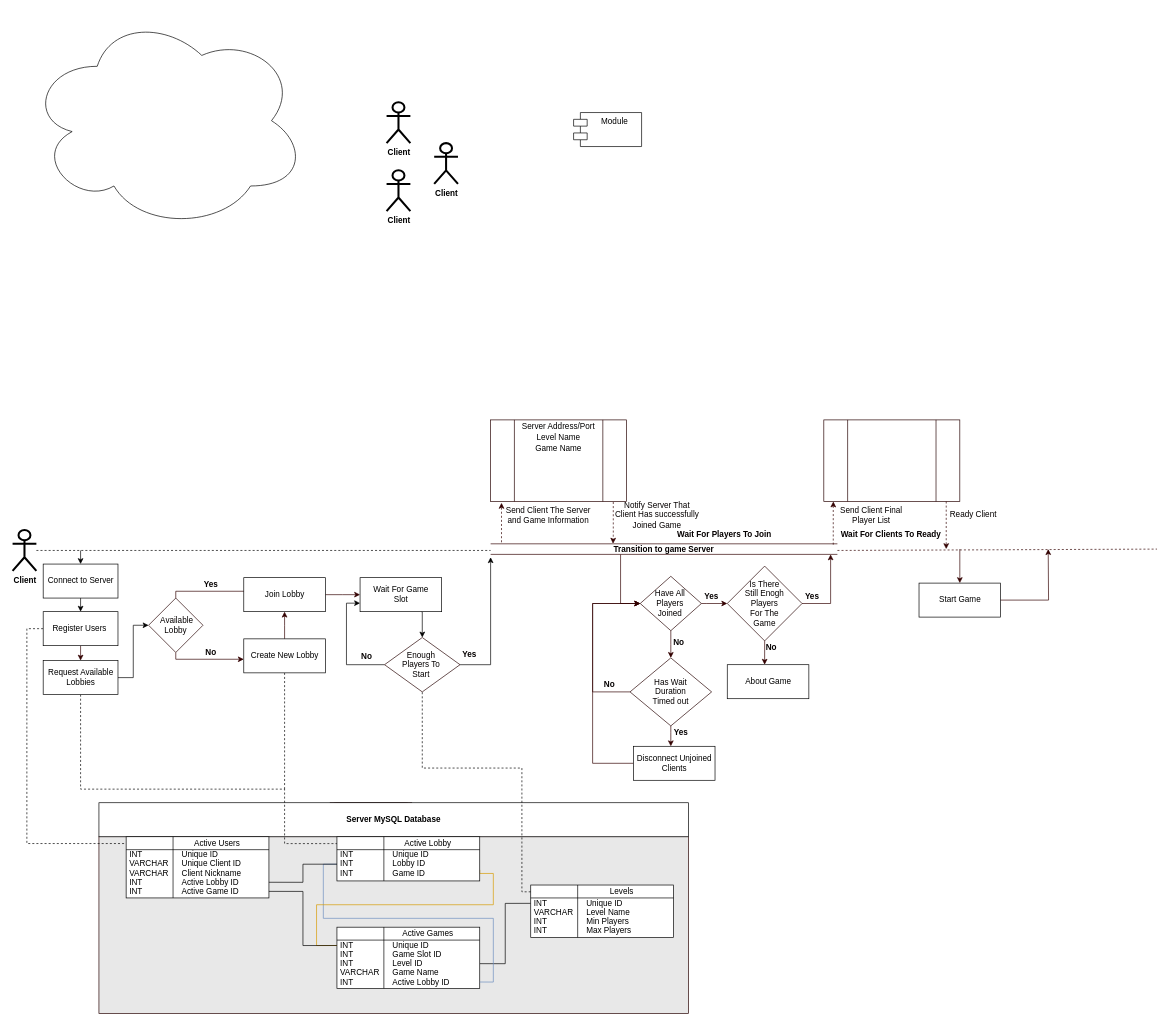
Earlier version of the draw.io diagram Server 2.drawio (Ashley-Sands/Comp-260). Source tidied: cells renumbered, new cells numbered last; positions are measured from the earlier drawing's top-left corner, leaving out a move shared by most shapes. Both pictures are drawn from the tidied source at 68%, with x=0, y=0 at pixel (12, 12).
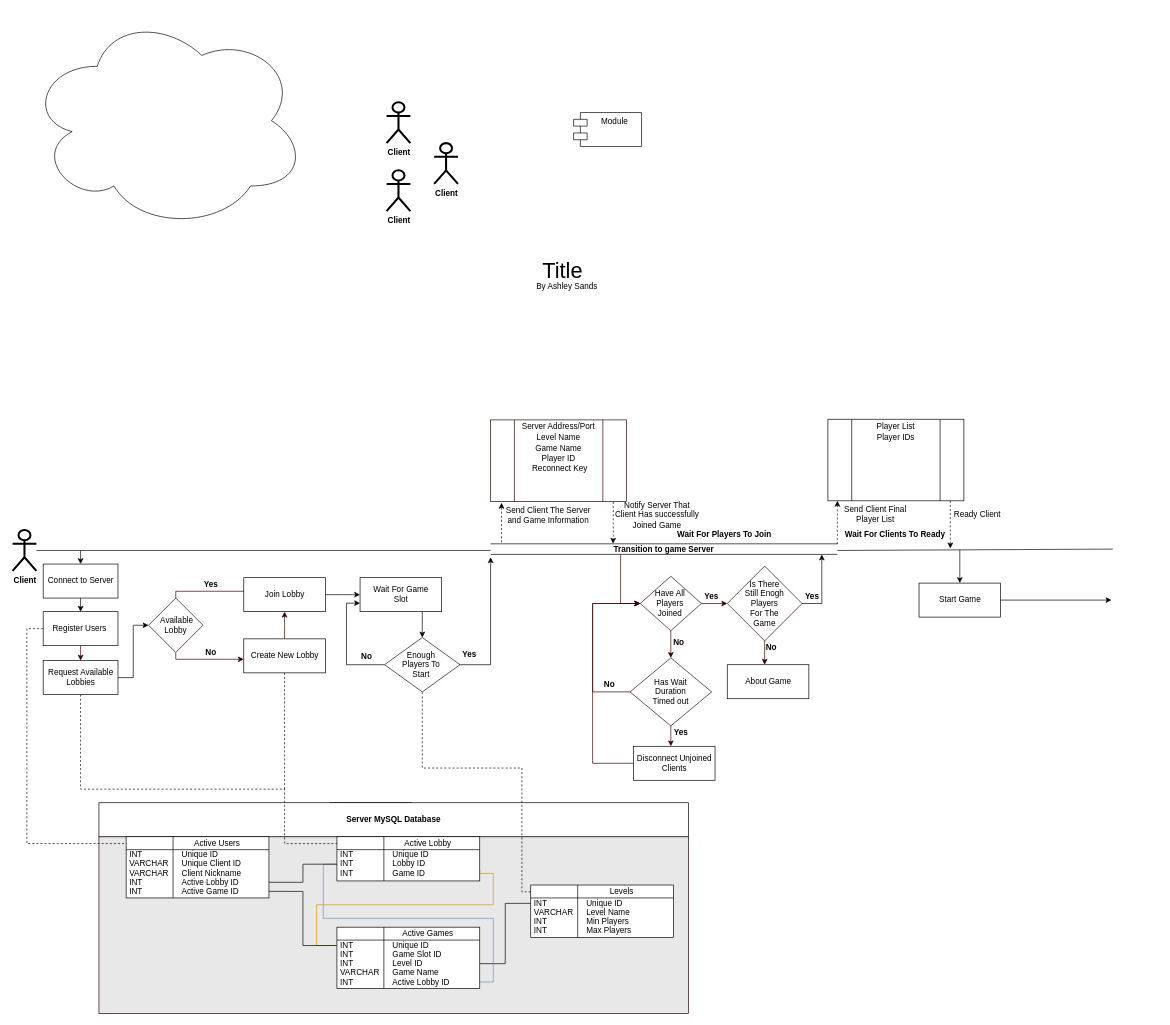
The same diagram, later.

Unchanged cells that the change refers to:
```xml
<mxCell id="12" value="Join Lobby" style="html=1;strokeWidth=1;align=center;" parent="1" vertex="1">
  <mxGeometry x="340" y="832" width="120" height="50" as="geometry" />
</mxCell>
<mxCell id="15" value="Wait For Game&lt;br&gt;Slot" style="html=1;strokeWidth=1;align=center;" parent="1" vertex="1">
  <mxGeometry x="511" y="832" width="120" height="50" as="geometry" />
</mxCell>
<mxCell id="19" style="shape=process;whiteSpace=wrap;html=1;backgroundOutline=1;rounded=0;glass=0;strokeColor=#260000;fillColor=#ffffff;fontColor=#050000;align=left;size=0.17543859649122948;" parent="1" vertex="1">
  <mxGeometry x="703" y="600" width="200" height="120" as="geometry" />
</mxCell>
<mxCell id="43" value="&lt;b&gt;Yes&lt;/b&gt;" style="text;html=1;strokeColor=none;fillColor=none;align=center;verticalAlign=middle;whiteSpace=wrap;rounded=0;glass=0;fontColor=#050000;" parent="40" vertex="1">
  <mxGeometry x="80" y="50" width="30" height="20" as="geometry" />
</mxCell>
<mxCell id="54" value="Start Game" style="html=1;strokeWidth=1;align=center;" parent="1" vertex="1">
  <mxGeometry x="1333" y="840" width="120" height="50" as="geometry" />
</mxCell>
<mxCell id="73" value="&lt;span&gt;&lt;b&gt;Client&lt;/b&gt;&lt;/span&gt;" style="shape=umlActor;verticalLabelPosition=bottom;labelBackgroundColor=#ffffff;verticalAlign=top;html=1;outlineConnect=0;strokeWidth=3;align=center;fontStyle=0;" parent="66" vertex="1">
  <mxGeometry y="762" width="35" height="60" as="geometry" />
</mxCell>
```

The edit, as a diff of the source:
```diff
@@
-    <mxCell id="11" style="edgeStyle=elbowEdgeStyle;rounded=0;jettySize=auto;elbow=vertical;html=1;exitX=1;exitY=0.5;exitDx=0;exitDy=0;startArrow=none;startFill=0;endArrow=classic;endFill=1;strokeColor=#330000;fontColor=#050000;" parent="1" edge="1" source="12" target="15">
+    <mxCell id="11" style="edgeStyle=elbowEdgeStyle;rounded=0;jettySize=auto;elbow=vertical;html=1;exitX=1;exitY=0.5;exitDx=0;exitDy=0;startArrow=none;startFill=0;endArrow=classic;endFill=1;strokeColor=#000000;fontColor=#050000;" parent="1" edge="1" source="12" target="15">
       <mxGeometry relative="1" as="geometry" />
     </mxCell>
@@
-    <mxCell id="17" style="shape=link;html=1;startArrow=none;startFill=0;endArrow=classic;endFill=1;strokeColor=#330000;fontColor=#050000;width=15.517241379310345;" parent="1" edge="1">
+    <mxCell id="17" style="shape=link;html=1;startArrow=none;startFill=0;endArrow=classic;endFill=1;strokeColor=#000000;fontColor=#050000;width=15.517241379310345;" parent="1" edge="1">
       <mxGeometry relative="1" as="geometry">
         <mxPoint x="703" y="790" as="sourcePoint" />
         <mxPoint x="1213" y="790" as="targetPoint" />
       </mxGeometry>
     </mxCell>
-    <mxCell id="18" style="edgeStyle=elbowEdgeStyle;rounded=0;orthogonalLoop=1;jettySize=auto;elbow=vertical;html=1;startArrow=none;startFill=0;endArrow=classic;endFill=1;strokeColor=#330000;fontColor=#050000;dashed=1;" parent="1" edge="1">
+    <mxCell id="18" style="edgeStyle=elbowEdgeStyle;rounded=0;orthogonalLoop=1;jettySize=auto;elbow=vertical;html=1;startArrow=none;startFill=0;endArrow=classic;endFill=1;strokeColor=#000000;fontColor=#050000;dashed=1;" parent="1" edge="1">
       <mxGeometry relative="1" as="geometry">
         <mxPoint x="719" y="780" as="sourcePoint" />
         <mxPoint x="719" y="722" as="targetPoint" />
       </mxGeometry>
     </mxCell>
@@
-    <mxCell id="20" style="edgeStyle=elbowEdgeStyle;rounded=0;jettySize=auto;elbow=vertical;html=1;startArrow=none;startFill=0;endArrow=classic;endFill=1;strokeColor=#330000;fontColor=#050000;dashed=1;exitX=0.902;exitY=1.006;exitDx=0;exitDy=0;exitPerimeter=0;" parent="1" edge="1" source="19" target="154">
+    <mxCell id="20" style="edgeStyle=elbowEdgeStyle;rounded=0;jettySize=auto;elbow=vertical;html=1;startArrow=none;startFill=0;endArrow=classic;endFill=1;strokeColor=#000000;fontColor=#050000;dashed=1;exitX=0.902;exitY=1.006;exitDx=0;exitDy=0;exitPerimeter=0;" parent="1" edge="1" source="19" target="154">
       <mxGeometry relative="1" as="geometry">
         <Array as="points">
           <mxPoint x="883" y="770" />
           <mxPoint x="903" y="750" />
           <mxPoint x="898" y="742" />
           <mxPoint x="898" y="755" />
         </Array>
       </mxGeometry>
     </mxCell>
@@
-    <mxCell id="47" style="shape=process;whiteSpace=wrap;html=1;backgroundOutline=1;rounded=0;glass=0;strokeColor=#260000;fillColor=#ffffff;fontColor=#050000;align=left;size=0.17543859649122948;" parent="1" vertex="1">
-      <mxGeometry x="1193" y="600" width="200" height="120" as="geometry" />
+    <mxCell id="47" style="shape=process;whiteSpace=wrap;html=1;backgroundOutline=1;rounded=0;glass=0;strokeColor=#050000;fillColor=#ffffff;fontColor=#050000;align=left;size=0.17543859649122948;" parent="1" vertex="1">
+      <mxGeometry x="1199" y="599" width="200" height="120" as="geometry" />
     </mxCell>
     <mxCell id="48" value="Ready Client" style="text;html=1;strokeColor=none;fillColor=none;align=center;verticalAlign=middle;whiteSpace=wrap;rounded=0;glass=0;fontColor=#050000;" parent="1" vertex="1">
-      <mxGeometry x="1373" y="720" width="80" height="39" as="geometry" />
+      <mxGeometry x="1379" y="719" width="80" height="39" as="geometry" />
     </mxCell>
-    <mxCell id="49" style="edgeStyle=elbowEdgeStyle;rounded=0;jettySize=auto;elbow=vertical;html=1;startArrow=none;startFill=0;endArrow=classic;endFill=1;strokeColor=#330000;fontColor=#050000;dashed=1;exitX=0;exitY=0;exitDx=0;exitDy=0;" parent="1" edge="1" source="48">
+    <mxCell id="49" style="edgeStyle=elbowEdgeStyle;rounded=0;jettySize=auto;elbow=vertical;html=1;startArrow=none;startFill=0;endArrow=classic;endFill=1;strokeColor=#000000;fontColor=#050000;dashed=1;exitX=0;exitY=0;exitDx=0;exitDy=0;" parent="1" edge="1" source="48">
       <mxGeometry relative="1" as="geometry">
-        <mxPoint x="1373" y="790" as="targetPoint" />
+        <mxPoint x="1379" y="789" as="targetPoint" />
         <Array as="points">
-          <mxPoint x="1373" y="762" />
-          <mxPoint x="1388" y="744" />
-          <mxPoint x="1388" y="757" />
+          <mxPoint x="1379" y="761" />
+          <mxPoint x="1394" y="743" />
+          <mxPoint x="1394" y="756" />
         </Array>
       </mxGeometry>
     </mxCell>
     <mxCell id="50" value="Send Client Final Player List" style="text;html=1;strokeColor=none;fillColor=none;align=center;verticalAlign=middle;whiteSpace=wrap;rounded=0;glass=0;fontColor=#050000;" parent="1" vertex="1">
-      <mxGeometry x="1213" y="720" width="100" height="39" as="geometry" />
+      <mxGeometry x="1219" y="719" width="100" height="39" as="geometry" />
     </mxCell>
-    <mxCell id="51" style="edgeStyle=elbowEdgeStyle;rounded=0;jettySize=auto;elbow=vertical;html=1;startArrow=none;startFill=0;endArrow=classic;endFill=1;strokeColor=#330000;fontColor=#050000;dashed=1;exitX=0.988;exitY=0.073;exitDx=0;exitDy=0;exitPerimeter=0;" parent="1" edge="1" source="154">
+    <mxCell id="51" style="edgeStyle=elbowEdgeStyle;rounded=0;orthogonalLoop=1;jettySize=auto;elbow=vertical;html=1;startArrow=none;startFill=0;endArrow=classic;endFill=1;strokeColor=#050000;fontColor=#050000;dashed=1;exitX=0.988;exitY=0.073;exitDx=0;exitDy=0;exitPerimeter=0;" parent="1" edge="1">
       <mxGeometry relative="1" as="geometry">
-        <mxPoint x="1207" y="720" as="targetPoint" />
+        <mxPoint x="1212.9" y="782.5" as="sourcePoint" />
+        <mxPoint x="1213" y="719" as="targetPoint" />
         <Array as="points">
-          <mxPoint x="1207" y="730" />
+          <mxPoint x="1213" y="729" />
         </Array>
       </mxGeometry>
     </mxCell>
     <mxCell id="52" value="Wait For Clients To Ready" style="text;html=1;strokeColor=none;fillColor=none;align=center;verticalAlign=top;whiteSpace=wrap;rounded=0;glass=0;fontColor=#050000;spacing=-3;fontStyle=1;" parent="1" vertex="1">
-      <mxGeometry x="1207" y="760" width="170" height="20" as="geometry" />
+      <mxGeometry x="1213" y="759" width="170" height="20" as="geometry" />
     </mxCell>
-    <mxCell id="53" style="edgeStyle=elbowEdgeStyle;rounded=0;jettySize=auto;elbow=vertical;html=1;startArrow=none;startFill=0;endArrow=classic;endFill=1;strokeColor=#330000;fontColor=#050000;horizontal=1;entryX=0;entryY=0.338;entryDx=0;entryDy=0;entryPerimeter=0;exitX=0;exitY=1;exitDx=0;exitDy=0;" parent="1" edge="1" source="43">
+    <mxCell id="53" style="edgeStyle=elbowEdgeStyle;rounded=0;jettySize=auto;elbow=vertical;html=1;startArrow=none;startFill=0;endArrow=classic;endFill=1;strokeColor=#030000;fontColor=#050000;horizontal=1;entryX=0.955;entryY=0.8;entryDx=0;entryDy=0;entryPerimeter=0;exitX=0;exitY=1;exitDx=0;exitDy=0;" parent="1" edge="1" source="43" target="154">
       <mxGeometry relative="1" as="geometry">
-        <mxPoint x="1203" y="797.8" as="targetPoint" />
         <Array as="points">
           <mxPoint x="1176" y="870" />
         </Array>
       </mxGeometry>
     </mxCell>
@@
+    <mxCell id="160" value="Player ID" style="text;html=1;strokeColor=none;fillColor=none;align=center;verticalAlign=middle;whiteSpace=wrap;rounded=0;" parent="1" vertex="1">
+      <mxGeometry x="739" y="647" width="128" height="20" as="geometry" />
+    </mxCell>
+    <mxCell id="161" value="Player List" style="text;html=1;strokeColor=none;fillColor=none;align=center;verticalAlign=middle;whiteSpace=wrap;rounded=0;" parent="1" vertex="1">
+      <mxGeometry x="1235" y="600" width="128" height="20" as="geometry" />
+    </mxCell>
+    <mxCell id="162" value="Player IDs" style="text;html=1;strokeColor=none;fillColor=none;align=center;verticalAlign=middle;whiteSpace=wrap;rounded=0;" parent="1" vertex="1">
+      <mxGeometry x="1235" y="616" width="128" height="20" as="geometry" />
+    </mxCell>
+    <mxCell id="163" value="Reconnect Key" style="text;html=1;strokeColor=none;fillColor=none;align=center;verticalAlign=middle;whiteSpace=wrap;rounded=0;" parent="1" vertex="1">
+      <mxGeometry x="741" y="662" width="128" height="20" as="geometry" />
+    </mxCell>
@@
-    <mxCell id="72" style="edgeStyle=orthogonalEdgeStyle;rounded=0;jettySize=auto;html=1;endArrow=none;endFill=0;dashed=1;entryX=0;entryY=0.5;entryDx=0;entryDy=0;" parent="66" edge="1" source="73" target="154">
+    <mxCell id="72" style="edgeStyle=orthogonalEdgeStyle;rounded=0;jettySize=auto;html=1;endArrow=none;endFill=0;entryX=0;entryY=0.5;entryDx=0;entryDy=0;" parent="66" edge="1" source="73" target="154">
       <mxGeometry relative="1" as="geometry" />
     </mxCell>
@@
+    <mxCell id="164" value="&lt;font style=&quot;font-size: 32px&quot;&gt;Title&lt;/font&gt;" style="text;html=1;strokeColor=none;fillColor=none;align=center;verticalAlign=middle;whiteSpace=wrap;rounded=0;" parent="66" vertex="1">
+      <mxGeometry x="699" y="352" width="220" height="58" as="geometry" />
+    </mxCell>
+    <mxCell id="165" value="By Ashley Sands" style="text;html=1;strokeColor=none;fillColor=none;align=center;verticalAlign=middle;whiteSpace=wrap;rounded=0;" parent="66" vertex="1">
+      <mxGeometry x="740" y="394" width="151" height="20" as="geometry" />
+    </mxCell>
@@
-    <mxCell id="154" value="Transition to game Server" style="text;html=1;strokeColor=none;fillColor=none;align=center;verticalAlign=top;whiteSpace=wrap;rounded=0;glass=0;fontColor=#050000;spacing=-3;fontStyle=1;" parent="152" vertex="1">
+    <mxCell id="154" value="Transition to game Server" style="text;html=1;align=center;verticalAlign=top;whiteSpace=wrap;rounded=0;glass=0;spacing=-3;fontStyle=1;" parent="152" vertex="1">
       <mxGeometry x="703" y="782" width="510" height="20" as="geometry" />
     </mxCell>
@@
-    <mxCell id="156" style="endArrow=none;dashed=1;html=1;strokeColor=#330000;fontColor=#050000;exitX=1;exitY=0.5;exitDx=0;exitDy=0;" parent="155" edge="1" source="154">
+    <mxCell id="156" style="endArrow=none;html=1;strokeColor=#050000;fontColor=#050000;exitX=1;exitY=0.5;exitDx=0;exitDy=0;" parent="155" edge="1" source="154">
       <mxGeometry relative="1" as="geometry">
-        <mxPoint x="1683" y="790" as="targetPoint" />
+        <mxPoint x="1618" y="790" as="targetPoint" />
       </mxGeometry>
     </mxCell>
-    <mxCell id="157" style="endArrow=classic;html=1;strokeColor=#330000;fontColor=#050000;" parent="155" edge="1">
+    <mxCell id="157" style="endArrow=classic;html=1;strokeColor=#000000;fontColor=#050000;" parent="155" edge="1">
       <mxGeometry relative="1" as="geometry">
-        <mxPoint x="1393" y="790" as="sourcePoint" />
+        <mxPoint x="1393" y="791" as="sourcePoint" />
         <mxPoint x="1393" y="840" as="targetPoint" />
       </mxGeometry>
     </mxCell>
-    <mxCell id="158" style="edgeStyle=orthogonalEdgeStyle;rounded=0;jettySize=auto;html=1;startArrow=none;startFill=0;endArrow=classic;endFill=1;strokeColor=#330000;fontColor=#050000;" parent="155" edge="1" source="54">
+    <mxCell id="158" style="edgeStyle=orthogonalEdgeStyle;rounded=0;jettySize=auto;html=1;startArrow=none;startFill=0;endArrow=classic;endFill=1;strokeColor=#000000;fontColor=#050000;" parent="155" edge="1" source="54">
       <mxGeometry relative="1" as="geometry">
-        <mxPoint x="1523" y="790" as="targetPoint" />
+        <mxPoint x="1616" y="865" as="targetPoint" />
       </mxGeometry>
     </mxCell>
```
